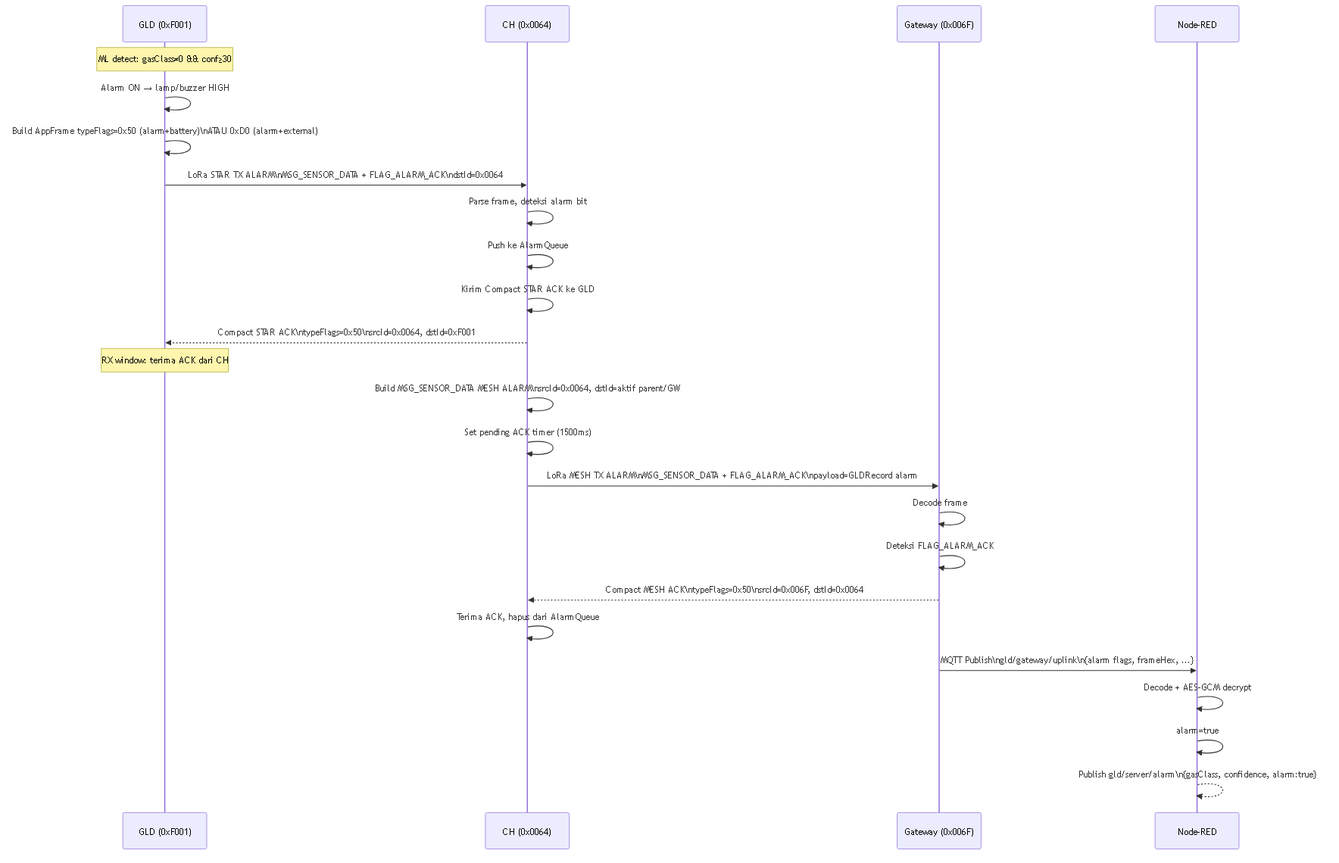
fadlurrahmanf/PertaminaGLD keeps this Mermaid diagram as _mermaid_tmp/diag_08.png. Above is the earlier version. Its source is kept beside it as _mermaid_tmp/diag_08.mmd.
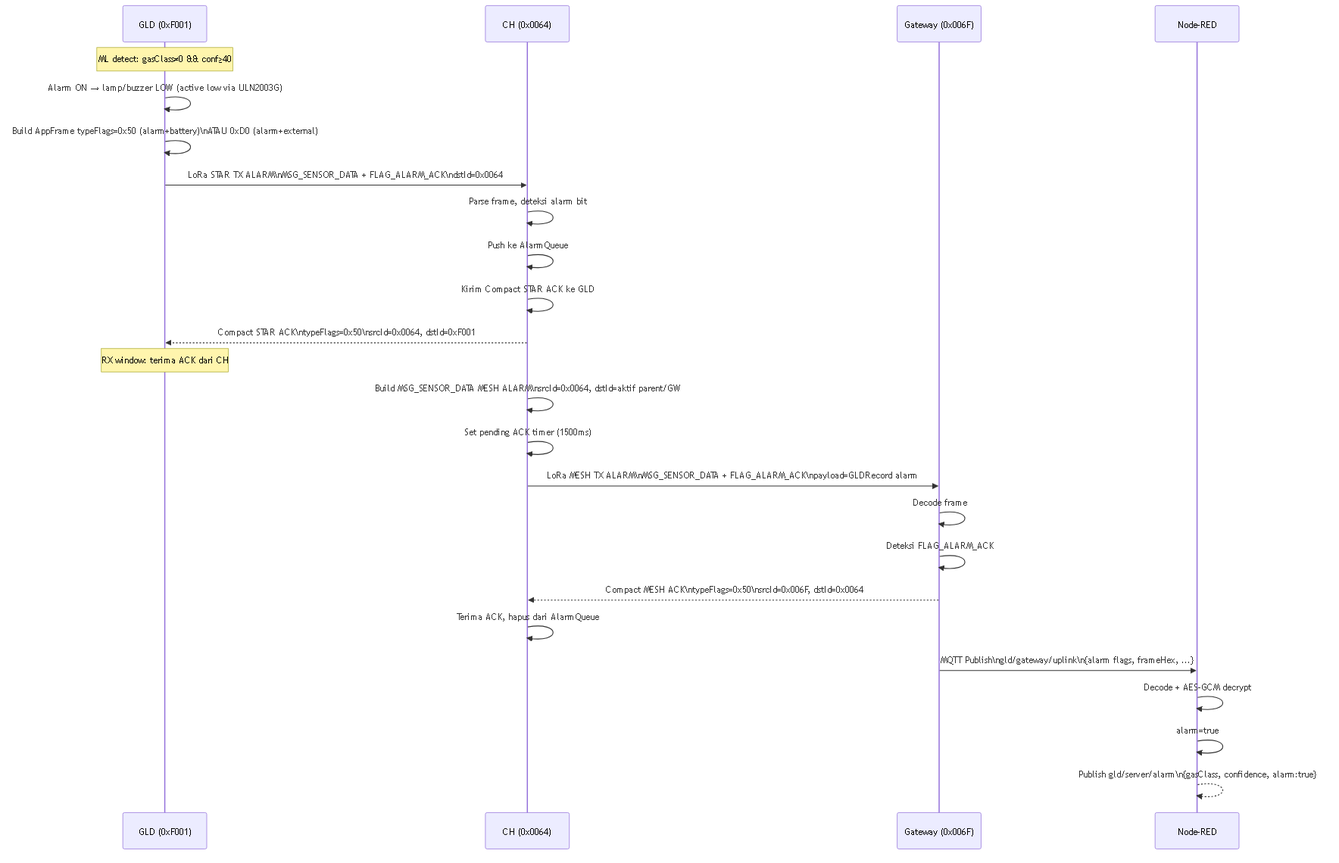
After the change.

The edit, as a diff of the source:
```diff
@@ -4,9 +4,9 @@
     participant GW as Gateway (0x006F)
     participant NR as Node-RED
 
-    Note over GLD: ML detect: gasClass≠0 && conf≥30
+    Note over GLD: ML detect: gasClass≠0 && conf≥40
 
-    GLD->>GLD: Alarm ON → lamp/buzzer HIGH
+    GLD->>GLD: Alarm ON → lamp/buzzer LOW (active low via ULN2003G)
     GLD->>GLD: Build AppFrame typeFlags=0x50 (alarm+battery)\nATAU 0xD0 (alarm+external)
 
     GLD->>CH: LoRa STAR TX ALARM\nMSG_SENSOR_DATA + FLAG_ALARM_ACK\ndstId=0x0064
```
